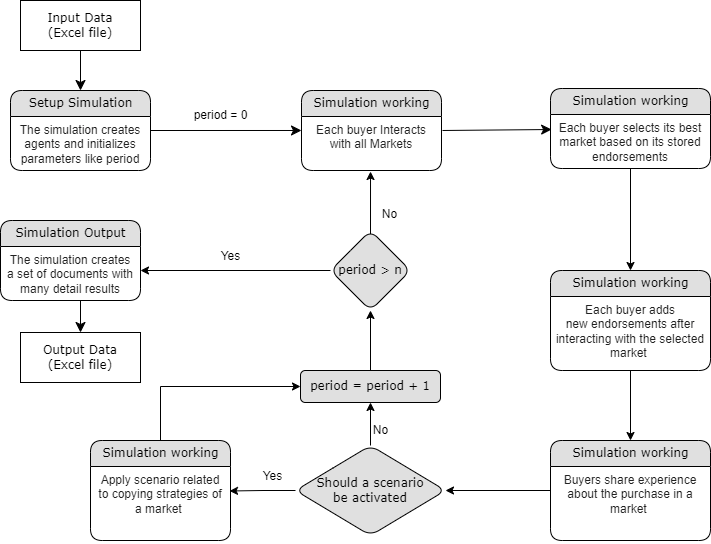
Earlier version of the draw.io export assets/images/ModeloSBABM.png (Shpm21/sbab-web). Source tidied: cells renumbered, new cells last; positions are measured from the earlier drawing's top-left corner, leaving out a move shared by most shapes.
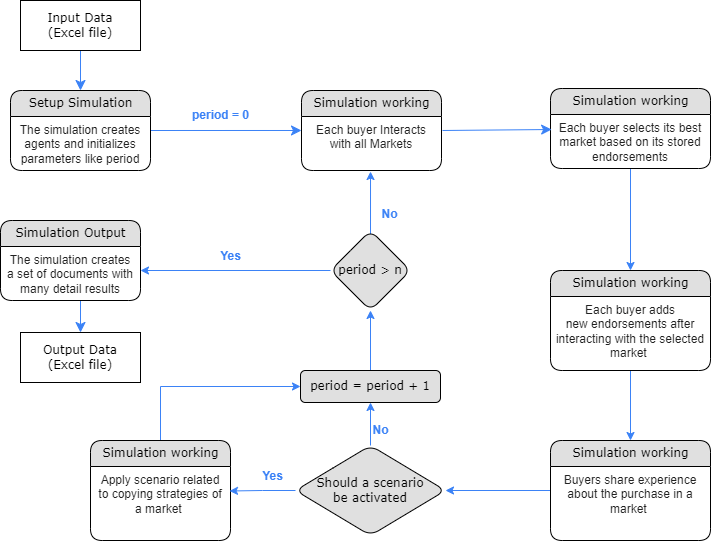
Later version of the same file.

Commit message:
change image model use

What changed in the source:
```diff
@@ -2,13 +2,13 @@
   <root>
     <mxCell id="0" />
     <mxCell id="1" parent="0" />
-    <mxCell id="2" style="edgeStyle=none;html=1;labelBackgroundColor=none;startFill=0;startSize=8;endFill=1;endSize=8;fontFamily=Verdana;fontSize=12;" parent="1" edge="1" source="3" target="5">
+    <mxCell id="2" style="edgeStyle=none;html=1;labelBackgroundColor=none;startFill=0;startSize=8;endFill=1;endSize=8;fontFamily=Verdana;fontSize=12;fillColor=#2A13FD;strokeColor=#3B82F6;" parent="1" edge="1" source="3" target="5">
       <mxGeometry relative="1" as="geometry" />
     </mxCell>
     <mxCell id="3" value="Input Data&lt;br&gt;(Excel file)" style="whiteSpace=wrap;html=1;rounded=0;shadow=0;comic=0;labelBackgroundColor=none;strokeWidth=1;fontFamily=Verdana;fontSize=12;align=center;" parent="1" vertex="1">
       <mxGeometry x="20" width="120" height="50" as="geometry" />
     </mxCell>
-    <mxCell id="4" style="edgeStyle=none;html=1;labelBackgroundColor=none;startFill=0;startSize=8;endFill=1;endSize=8;fontFamily=Verdana;fontSize=12;entryX=0;entryY=0.259;entryDx=0;entryDy=0;entryPerimeter=0;" parent="1" edge="1" source="5" target="8">
+    <mxCell id="4" style="edgeStyle=none;html=1;labelBackgroundColor=none;startFill=0;startSize=8;endFill=1;endSize=8;fontFamily=Verdana;fontSize=12;entryX=0;entryY=0.259;entryDx=0;entryDy=0;entryPerimeter=0;strokeColor=#3B82F6;" parent="1" edge="1" source="5" target="8">
       <mxGeometry relative="1" as="geometry" />
     </mxCell>
     <mxCell id="5" value="Setup Simulation" style="swimlane;html=1;fontStyle=0;horizontal=1;startSize=26;fillColor=#e0e0e0;swimlaneFillColor=#ffffff;align=center;rounded=1;shadow=0;comic=0;labelBackgroundColor=none;strokeWidth=1;fontFamily=Verdana;fontSize=12;" parent="1" vertex="1">
@@ -23,7 +23,7 @@
     <mxCell id="8" value="&lt;font face=&quot;Arial&quot; color=&quot;#222222&quot;&gt;&lt;span style=&quot;background-color: rgb(255, 255, 255);&quot;&gt;Each buyer Interacts with all Markets&lt;/span&gt;&lt;/font&gt;" style="text;html=1;strokeColor=none;fillColor=none;spacingLeft=4;spacingRight=4;whiteSpace=wrap;overflow=hidden;points=[[0,0.5],[1,0.5]];portConstraint=eastwest;align=center;" parent="7" vertex="1">
       <mxGeometry y="26" width="140" height="54" as="geometry" />
     </mxCell>
-    <mxCell id="9" style="edgeStyle=orthogonalEdgeStyle;rounded=0;jettySize=auto;html=1;fontSize=12;entryX=0.5;entryY=0;entryDx=0;entryDy=0;" parent="1" edge="1" source="10" target="14">
+    <mxCell id="9" style="edgeStyle=orthogonalEdgeStyle;rounded=0;jettySize=auto;html=1;fontSize=12;entryX=0.5;entryY=0;entryDx=0;entryDy=0;strokeColor=#3B82F6;" parent="1" edge="1" source="10" target="14">
       <mxGeometry relative="1" as="geometry" />
     </mxCell>
     <mxCell id="10" value="Simulation working" style="swimlane;html=1;fontStyle=0;horizontal=1;startSize=26;fillColor=#e0e0e0;swimlaneFillColor=#ffffff;align=center;rounded=1;shadow=0;comic=0;labelBackgroundColor=none;strokeWidth=1;fontFamily=Verdana;fontSize=12;" parent="1" vertex="1">
@@ -32,10 +32,10 @@
     <mxCell id="11" value="&lt;font face=&quot;Arial&quot; color=&quot;#222222&quot;&gt;&lt;span style=&quot;background-color: rgb(255, 255, 255);&quot;&gt;Each buyer selects its best market based on its stored endorsements&lt;/span&gt;&lt;/font&gt;" style="text;html=1;strokeColor=none;fillColor=none;spacingLeft=4;spacingRight=4;whiteSpace=wrap;overflow=hidden;points=[[0,0.5],[1,0.5]];portConstraint=eastwest;align=center;" parent="10" vertex="1">
       <mxGeometry y="26" width="160" height="54" as="geometry" />
     </mxCell>
-    <mxCell id="12" style="edgeStyle=none;html=1;labelBackgroundColor=none;startFill=0;startSize=8;endFill=1;endSize=8;fontFamily=Verdana;fontSize=12;exitX=1.007;exitY=0.259;exitDx=0;exitDy=0;exitPerimeter=0;entryX=0.007;entryY=0.278;entryDx=0;entryDy=0;entryPerimeter=0;" parent="1" edge="1" source="8" target="11">
+    <mxCell id="12" style="edgeStyle=none;html=1;labelBackgroundColor=none;startFill=0;startSize=8;endFill=1;endSize=8;fontFamily=Verdana;fontSize=12;exitX=1.007;exitY=0.259;exitDx=0;exitDy=0;exitPerimeter=0;entryX=0.007;entryY=0.278;entryDx=0;entryDy=0;entryPerimeter=0;strokeColor=#3B82F6;" parent="1" edge="1" source="8" target="11">
       <mxGeometry relative="1" as="geometry" />
     </mxCell>
-    <mxCell id="13" style="edgeStyle=orthogonalEdgeStyle;rounded=0;jettySize=auto;html=1;" parent="1" edge="1" source="14" target="35">
+    <mxCell id="13" style="edgeStyle=orthogonalEdgeStyle;rounded=0;jettySize=auto;html=1;strokeColor=#3B82F6;" parent="1" edge="1" source="14" target="35">
       <mxGeometry relative="1" as="geometry" />
     </mxCell>
     <mxCell id="14" value="Simulation working" style="swimlane;html=1;fontStyle=0;horizontal=1;startSize=26;fillColor=#e0e0e0;swimlaneFillColor=#ffffff;align=center;rounded=1;shadow=0;comic=0;labelBackgroundColor=none;strokeWidth=1;fontFamily=Verdana;fontSize=12;" parent="1" vertex="1">
@@ -44,10 +44,10 @@
     <mxCell id="15" value="&lt;font face=&quot;Arial&quot; color=&quot;#222222&quot;&gt;&lt;span style=&quot;background-color: rgb(255, 255, 255);&quot;&gt;Each buyer adds new&amp;nbsp;&lt;/span&gt;&lt;/font&gt;&lt;span style=&quot;color: rgb(34, 34, 34); font-family: Arial; background-color: rgb(255, 255, 255);&quot;&gt;endorsements after interacting with the selected market&amp;nbsp;&lt;/span&gt;" style="text;html=1;strokeColor=none;fillColor=none;spacingLeft=4;spacingRight=4;whiteSpace=wrap;overflow=hidden;align=center;" parent="14" vertex="1">
       <mxGeometry y="26" width="160" height="74" as="geometry" />
     </mxCell>
-    <mxCell id="16" style="edgeStyle=orthogonalEdgeStyle;rounded=0;jettySize=auto;html=1;fontSize=12;" parent="1" edge="1" source="29" target="32">
+    <mxCell id="16" style="edgeStyle=orthogonalEdgeStyle;rounded=0;jettySize=auto;html=1;fontSize=12;strokeColor=#3B82F6;" parent="1" edge="1" source="29" target="32">
       <mxGeometry relative="1" as="geometry" />
     </mxCell>
-    <mxCell id="17" style="edgeStyle=orthogonalEdgeStyle;rounded=0;jettySize=auto;html=1;fontSize=12;entryX=0;entryY=0.5;entryDx=0;entryDy=0;exitX=0.5;exitY=0;exitDx=0;exitDy=0;" parent="1" edge="1" source="18" target="32">
+    <mxCell id="17" style="edgeStyle=orthogonalEdgeStyle;rounded=0;jettySize=auto;html=1;fontSize=12;entryX=0;entryY=0.5;entryDx=0;entryDy=0;exitX=0.5;exitY=0;exitDx=0;exitDy=0;strokeColor=#3B82F6;" parent="1" edge="1" source="18" target="32">
       <mxGeometry relative="1" as="geometry" />
     </mxCell>
     <mxCell id="18" value="Simulation working" style="swimlane;html=1;fontStyle=0;horizontal=1;startSize=26;fillColor=#e0e0e0;swimlaneFillColor=#ffffff;align=center;rounded=1;shadow=0;comic=0;labelBackgroundColor=none;strokeWidth=1;fontFamily=Verdana;fontSize=12;" parent="1" vertex="1">
@@ -56,12 +56,12 @@
     <mxCell id="19" value="&lt;font face=&quot;Arial&quot; color=&quot;#222222&quot;&gt;&lt;span style=&quot;background-color: rgb(255, 255, 255);&quot;&gt;Apply scenario related to copying strategies of a market&amp;nbsp;&lt;/span&gt;&lt;/font&gt;" style="text;html=1;strokeColor=none;fillColor=none;spacingLeft=4;spacingRight=4;whiteSpace=wrap;overflow=hidden;points=[[0,0.5],[1,0.5]];portConstraint=eastwest;align=center;" parent="18" vertex="1">
       <mxGeometry y="26" width="140" height="74" as="geometry" />
     </mxCell>
-    <mxCell id="20" style="edgeStyle=orthogonalEdgeStyle;rounded=0;jettySize=auto;html=1;fontSize=12;entryX=0.493;entryY=1.019;entryDx=0;entryDy=0;entryPerimeter=0;" parent="1" edge="1" target="8">
+    <mxCell id="20" style="edgeStyle=orthogonalEdgeStyle;rounded=0;jettySize=auto;html=1;fontSize=12;entryX=0.493;entryY=1.019;entryDx=0;entryDy=0;entryPerimeter=0;strokeColor=#3B82F6;" parent="1" edge="1" target="8">
       <mxGeometry relative="1" as="geometry">
         <mxPoint x="370" y="240" as="sourcePoint" />
       </mxGeometry>
     </mxCell>
-    <mxCell id="21" style="edgeStyle=orthogonalEdgeStyle;rounded=0;jettySize=auto;html=1;fontSize=12;" parent="1" edge="1" source="22">
+    <mxCell id="21" style="edgeStyle=orthogonalEdgeStyle;rounded=0;jettySize=auto;html=1;fontSize=12;strokeColor=#3B82F6;" parent="1" edge="1" source="22">
       <mxGeometry relative="1" as="geometry">
         <mxPoint x="140" y="270" as="targetPoint" />
       </mxGeometry>
@@ -69,42 +69,42 @@
     <mxCell id="22" value="period &amp;gt; n" style="rhombus;whiteSpace=wrap;html=1;fontFamily=Verdana;fillColor=#e0e0e0;fontStyle=0;startSize=26;swimlaneFillColor=#ffffff;rounded=1;shadow=0;comic=0;labelBackgroundColor=none;strokeWidth=1;" parent="1" vertex="1">
       <mxGeometry x="330" y="230" width="80" height="80" as="geometry" />
     </mxCell>
-    <mxCell id="23" value="Yes" style="text;html=1;align=center;verticalAlign=middle;fillColor=none;strokeColor=none;rounded=0;fontSize=12;" parent="1" vertex="1">
+    <mxCell id="23" value="&lt;b style=&quot;&quot;&gt;&lt;font color=&quot;#3b82f6&quot;&gt;Yes&lt;/font&gt;&lt;/b&gt;" style="text;html=1;align=center;verticalAlign=middle;fillColor=none;strokeColor=none;rounded=0;fontSize=12;" parent="1" vertex="1">
       <mxGeometry x="210" y="241" width="40" height="30" as="geometry" />
     </mxCell>
-    <mxCell id="24" value="No" style="text;html=1;align=center;verticalAlign=middle;fillColor=none;strokeColor=none;rounded=0;fontSize=12;" parent="1" vertex="1">
+    <mxCell id="24" value="&lt;b style=&quot;&quot;&gt;&lt;font color=&quot;#3b82f6&quot;&gt;No&lt;/font&gt;&lt;/b&gt;" style="text;html=1;align=center;verticalAlign=middle;fillColor=none;strokeColor=none;rounded=0;fontSize=12;" parent="1" vertex="1">
       <mxGeometry x="369" y="199" width="40" height="30" as="geometry" />
     </mxCell>
     <mxCell id="25" value="Output Data&lt;br&gt;(Excel file)" style="whiteSpace=wrap;html=1;rounded=0;shadow=0;comic=0;labelBackgroundColor=none;strokeWidth=1;fontFamily=Verdana;fontSize=12;align=center;" parent="1" vertex="1">
       <mxGeometry x="20" y="332" width="120" height="50" as="geometry" />
     </mxCell>
-    <mxCell id="26" style="edgeStyle=none;html=1;labelBackgroundColor=none;startFill=0;startSize=8;endFill=1;endSize=8;fontFamily=Verdana;fontSize=12;exitX=0.5;exitY=1;exitDx=0;exitDy=0;" parent="1" edge="1" target="25">
+    <mxCell id="26" style="edgeStyle=none;html=1;labelBackgroundColor=none;startFill=0;startSize=8;endFill=1;endSize=8;fontFamily=Verdana;fontSize=12;exitX=0.5;exitY=1;exitDx=0;exitDy=0;strokeColor=#3B82F6;" parent="1" edge="1" target="25">
       <mxGeometry relative="1" as="geometry">
         <mxPoint x="80" y="300" as="sourcePoint" />
       </mxGeometry>
     </mxCell>
-    <mxCell id="27" value="period = 0" style="text;html=1;align=center;verticalAlign=middle;fillColor=none;strokeColor=none;rounded=0;fontSize=12;" parent="1" vertex="1">
+    <mxCell id="27" value="&lt;b style=&quot;&quot;&gt;&lt;font color=&quot;#3b82f6&quot;&gt;period = 0&lt;/font&gt;&lt;/b&gt;" style="text;html=1;align=center;verticalAlign=middle;fillColor=none;strokeColor=none;rounded=0;fontSize=12;" parent="1" vertex="1">
       <mxGeometry x="180" y="100" width="80" height="30" as="geometry" />
     </mxCell>
-    <mxCell id="28" style="edgeStyle=orthogonalEdgeStyle;rounded=0;jettySize=auto;html=1;entryX=0.993;entryY=0.331;entryDx=0;entryDy=0;entryPerimeter=0;fontSize=12;" parent="1" edge="1" source="29" target="19">
+    <mxCell id="28" style="edgeStyle=orthogonalEdgeStyle;rounded=0;jettySize=auto;html=1;entryX=0.993;entryY=0.331;entryDx=0;entryDy=0;entryPerimeter=0;fontSize=12;strokeColor=#3B82F6;" parent="1" edge="1" source="29" target="19">
       <mxGeometry relative="1" as="geometry" />
     </mxCell>
     <mxCell id="29" value="Should a scenario &lt;br&gt;be activated" style="rhombus;whiteSpace=wrap;html=1;fontFamily=Verdana;fillColor=#e0e0e0;fontStyle=0;startSize=26;swimlaneFillColor=#ffffff;rounded=1;shadow=0;comic=0;labelBackgroundColor=none;strokeWidth=1;" parent="1" vertex="1">
       <mxGeometry x="295" y="445" width="150" height="90" as="geometry" />
     </mxCell>
-    <mxCell id="30" value="No" style="text;html=1;align=center;verticalAlign=middle;fillColor=none;strokeColor=none;rounded=0;fontSize=12;" parent="1" vertex="1">
+    <mxCell id="30" value="&lt;b style=&quot;&quot;&gt;&lt;font color=&quot;#3b82f6&quot;&gt;No&lt;/font&gt;&lt;/b&gt;" style="text;html=1;align=center;verticalAlign=middle;fillColor=none;strokeColor=none;rounded=0;fontSize=12;" parent="1" vertex="1">
       <mxGeometry x="360" y="415" width="40" height="30" as="geometry" />
     </mxCell>
-    <mxCell id="31" style="edgeStyle=orthogonalEdgeStyle;rounded=0;jettySize=auto;html=1;fontSize=12;" parent="1" edge="1" source="32" target="22">
+    <mxCell id="31" style="edgeStyle=orthogonalEdgeStyle;rounded=0;jettySize=auto;html=1;fontSize=12;strokeColor=#3B82F6;" parent="1" edge="1" source="32" target="22">
       <mxGeometry relative="1" as="geometry" />
     </mxCell>
     <mxCell id="32" value="period = period + 1" style="whiteSpace=wrap;html=1;fontFamily=Verdana;fillColor=#e0e0e0;fontStyle=0;startSize=26;swimlaneFillColor=#ffffff;rounded=1;shadow=0;comic=0;labelBackgroundColor=none;strokeWidth=1;" parent="1" vertex="1">
       <mxGeometry x="300" y="370" width="140" height="32" as="geometry" />
     </mxCell>
-    <mxCell id="33" value="Yes" style="text;html=1;align=center;verticalAlign=middle;fillColor=none;strokeColor=none;rounded=0;fontSize=12;" parent="1" vertex="1">
+    <mxCell id="33" value="&lt;b style=&quot;&quot;&gt;&lt;font color=&quot;#3b82f6&quot;&gt;Yes&lt;/font&gt;&lt;/b&gt;" style="text;html=1;align=center;verticalAlign=middle;fillColor=none;strokeColor=none;rounded=0;fontSize=12;" parent="1" vertex="1">
       <mxGeometry x="252" y="461" width="40" height="30" as="geometry" />
     </mxCell>
-    <mxCell id="34" style="edgeStyle=orthogonalEdgeStyle;rounded=0;jettySize=auto;html=1;entryX=1;entryY=0.5;entryDx=0;entryDy=0;" parent="1" edge="1" source="35" target="29">
+    <mxCell id="34" style="edgeStyle=orthogonalEdgeStyle;rounded=0;jettySize=auto;html=1;entryX=1;entryY=0.5;entryDx=0;entryDy=0;strokeColor=#3B82F6;" parent="1" edge="1" source="35" target="29">
       <mxGeometry relative="1" as="geometry" />
     </mxCell>
     <mxCell id="35" value="Simulation working" style="swimlane;html=1;fontStyle=0;horizontal=1;startSize=26;fillColor=#e0e0e0;swimlaneFillColor=#ffffff;align=center;rounded=1;shadow=0;comic=0;labelBackgroundColor=none;strokeWidth=1;fontFamily=Verdana;fontSize=12;" parent="1" vertex="1">
```
